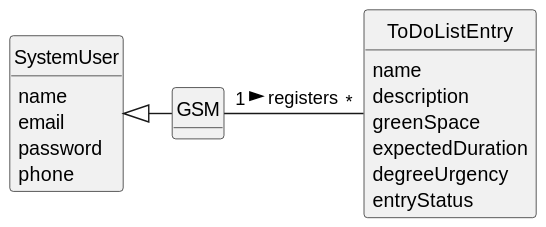
Earlier version of the PlantUML export docs/sprintC/us021/02.analysis/svg/us021-domain-model.svg (Departamento-de-Engenharia-Informatica/lei-24-s2-1do-g164). The source it was exported from:
```plantuml
@startuml
skinparam monochrome true
skinparam packageStyle rectangle
skinparam shadowing false



skinparam classAttributeIconSize 0

hide circle
hide methods


class SystemUser {
    name
    email
    password
    phone

}
class GSM {

}



class ToDoListEntry {
        name
        description
        greenSpace
        expectedDuration
        degreeUrgency
        entryStatus
}


GSM "1" - "*" ToDoListEntry : registers >
SystemUser <|- GSM
@enduml
```
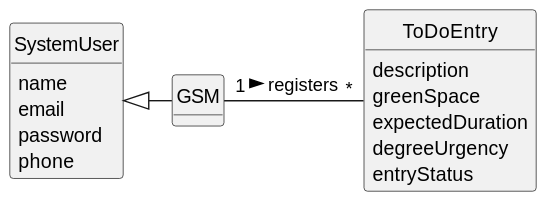
After the commit.

The edit, as a diff of the source:
```diff
@@ -24,16 +24,15 @@
 
 
 
-class ToDoListEntry {
-        name
-        description
-        greenSpace
-        expectedDuration
-        degreeUrgency
-        entryStatus
+class ToDoEntry {
+    description
+    greenSpace
+    expectedDuration
+    degreeUrgency
+    entryStatus
 }
 
 
-GSM "1" - "*" ToDoListEntry : registers >
+GSM "1" - "*" ToDoEntry : registers >
 SystemUser <|- GSM
 @enduml
```
